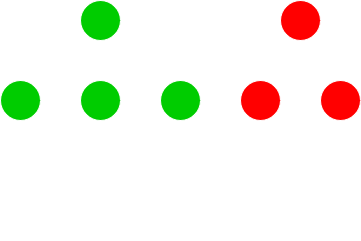
butterplup/Task-Scheduler keeps this draw.io diagram as docs/Wiki/Parallelisation/diagrams/rendered/graph.png. Above is the earlier version. Source tidied: cells renumbered, new cells last; positions are measured from the earlier drawing's top-left corner, leaving out a move shared by most shapes.
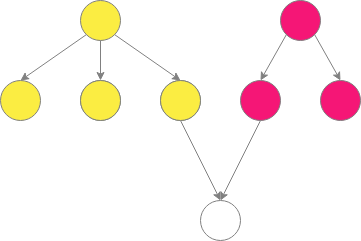
Above is the later version.

What changed in the source:
```diff
@@ -2,52 +2,58 @@
   <root>
     <mxCell id="0" />
     <mxCell id="1" parent="0" />
-    <mxCell id="2" style="ellipse;whiteSpace=wrap;html=1;fillColor=#00CC00;strokeColor=#FFFFFF;" parent="1" vertex="1">
+    <mxCell id="2" style="ellipse;whiteSpace=wrap;html=1;fillColor=#fbed42;strokeColor=#808080;" parent="1" vertex="1">
       <mxGeometry x="80" width="40" height="40" as="geometry" />
     </mxCell>
-    <mxCell id="3" style="ellipse;whiteSpace=wrap;html=1;fillColor=#FF0000;strokeColor=#FFFFFF;" parent="1" vertex="1">
+    <mxCell id="3" style="ellipse;whiteSpace=wrap;html=1;fillColor=#f51676;strokeColor=#808080;" parent="1" vertex="1">
       <mxGeometry x="280" width="40" height="40" as="geometry" />
     </mxCell>
-    <mxCell id="4" style="ellipse;whiteSpace=wrap;html=1;fillColor=#00CC00;strokeColor=#FFFFFF;" parent="1" vertex="1">
+    <mxCell id="4" style="ellipse;whiteSpace=wrap;html=1;fillColor=#fbed42;strokeColor=#808080;" parent="1" vertex="1">
       <mxGeometry y="80" width="40" height="40" as="geometry" />
     </mxCell>
-    <mxCell id="5" style="endArrow=classic;html=1;exitX=0;exitY=1;exitDx=0;exitDy=0;entryX=0.5;entryY=0;entryDx=0;entryDy=0;strokeColor=#FFFFFF;" parent="1" edge="1" source="2" target="4">
+    <mxCell id="5" style="endArrow=classic;html=1;exitX=0;exitY=1;exitDx=0;exitDy=0;entryX=0.5;entryY=0;entryDx=0;entryDy=0;strokeColor=#808080;" parent="1" edge="1" source="2" target="4">
       <mxGeometry relative="1" as="geometry" />
     </mxCell>
-    <mxCell id="6" style="ellipse;whiteSpace=wrap;html=1;fillColor=#00CC00;strokeColor=#FFFFFF;" parent="1" vertex="1">
+    <mxCell id="6" style="ellipse;whiteSpace=wrap;html=1;fillColor=#00CC00;strokeColor=#808080;" parent="1" vertex="1">
       <mxGeometry x="80" y="80" width="40" height="40" as="geometry" />
     </mxCell>
-    <mxCell id="7" style="ellipse;whiteSpace=wrap;html=1;fillColor=#00CC00;strokeColor=#FFFFFF;" parent="1" vertex="1">
+    <mxCell id="7" style="ellipse;whiteSpace=wrap;html=1;fillColor=#00CC00;strokeColor=#808080;" parent="1" vertex="1">
       <mxGeometry x="160" y="80" width="40" height="40" as="geometry" />
     </mxCell>
-    <mxCell id="8" style="endArrow=classic;html=1;exitX=0.5;exitY=1;exitDx=0;exitDy=0;entryX=0.5;entryY=0;entryDx=0;entryDy=0;strokeColor=#FFFFFF;" parent="1" edge="1" source="2" target="6">
+    <mxCell id="8" style="endArrow=classic;html=1;exitX=0.5;exitY=1;exitDx=0;exitDy=0;entryX=0.5;entryY=0;entryDx=0;entryDy=0;strokeColor=#808080;" parent="1" edge="1" source="2" target="6">
       <mxGeometry relative="1" as="geometry" />
     </mxCell>
-    <mxCell id="9" style="endArrow=classic;html=1;exitX=1;exitY=1;exitDx=0;exitDy=0;entryX=0.5;entryY=0;entryDx=0;entryDy=0;strokeColor=#FFFFFF;" parent="1" edge="1" source="2" target="7">
+    <mxCell id="9" style="endArrow=classic;html=1;exitX=1;exitY=1;exitDx=0;exitDy=0;entryX=0.5;entryY=0;entryDx=0;entryDy=0;strokeColor=#808080;" parent="1" edge="1" source="2" target="7">
       <mxGeometry relative="1" as="geometry" />
     </mxCell>
-    <mxCell id="10" style="ellipse;whiteSpace=wrap;html=1;fillColor=#FF0000;strokeColor=#FFFFFF;" parent="1" vertex="1">
+    <mxCell id="10" style="ellipse;whiteSpace=wrap;html=1;fillColor=#f51676;strokeColor=#808080;" parent="1" vertex="1">
       <mxGeometry x="240" y="80" width="40" height="40" as="geometry" />
     </mxCell>
-    <mxCell id="11" style="ellipse;whiteSpace=wrap;html=1;fillColor=#FF0000;strokeColor=#FFFFFF;" parent="1" vertex="1">
+    <mxCell id="11" style="ellipse;whiteSpace=wrap;html=1;fillColor=#f51676;strokeColor=#808080;" parent="1" vertex="1">
       <mxGeometry x="320" y="80" width="40" height="40" as="geometry" />
     </mxCell>
-    <mxCell id="12" style="endArrow=classic;html=1;exitX=0;exitY=1;exitDx=0;exitDy=0;entryX=0.5;entryY=0;entryDx=0;entryDy=0;strokeColor=#FFFFFF;" parent="1" edge="1" source="3" target="10">
+    <mxCell id="12" style="endArrow=classic;html=1;exitX=0;exitY=1;exitDx=0;exitDy=0;entryX=0.5;entryY=0;entryDx=0;entryDy=0;strokeColor=#808080;" parent="1" edge="1" source="3" target="10">
       <mxGeometry relative="1" as="geometry" />
     </mxCell>
-    <mxCell id="13" style="endArrow=classic;html=1;exitX=1;exitY=1;exitDx=0;exitDy=0;entryX=0.5;entryY=0;entryDx=0;entryDy=0;strokeColor=#FFFFFF;" parent="1" edge="1" source="3" target="11">
+    <mxCell id="13" style="endArrow=classic;html=1;exitX=1;exitY=1;exitDx=0;exitDy=0;entryX=0.5;entryY=0;entryDx=0;entryDy=0;strokeColor=#808080;" parent="1" edge="1" source="3" target="11">
       <mxGeometry relative="1" as="geometry" />
     </mxCell>
-    <mxCell id="14" style="ellipse;whiteSpace=wrap;html=1;fillColor=none;strokeColor=#FFFFFF;" parent="1" vertex="1">
+    <mxCell id="14" style="ellipse;whiteSpace=wrap;html=1;fillColor=none;strokeColor=#808080;" parent="1" vertex="1">
       <mxGeometry x="200" y="200" width="40" height="40" as="geometry" />
     </mxCell>
-    <mxCell id="15" style="endArrow=classic;html=1;exitX=0.5;exitY=1;exitDx=0;exitDy=0;entryX=0.5;entryY=0;entryDx=0;entryDy=0;strokeColor=#FFFFFF;" parent="1" edge="1" source="7" target="14">
+    <mxCell id="15" style="endArrow=classic;html=1;exitX=0.5;exitY=1;exitDx=0;exitDy=0;entryX=0.5;entryY=0;entryDx=0;entryDy=0;strokeColor=#808080;" parent="1" edge="1" source="7" target="14">
       <mxGeometry relative="1" as="geometry" />
     </mxCell>
-    <mxCell id="16" style="endArrow=classic;html=1;exitX=0.5;exitY=1;exitDx=0;exitDy=0;strokeColor=#FFFFFF;" parent="1" edge="1" source="10">
+    <mxCell id="16" style="endArrow=classic;html=1;exitX=0.5;exitY=1;exitDx=0;exitDy=0;strokeColor=#808080;" parent="1" edge="1" source="10">
       <mxGeometry relative="1" as="geometry">
         <mxPoint x="220" y="200" as="targetPoint" />
       </mxGeometry>
     </mxCell>
+    <mxCell id="17" style="ellipse;whiteSpace=wrap;html=1;fillColor=#fbed42;strokeColor=#808080;" parent="1" vertex="1">
+      <mxGeometry x="160" y="80" width="40" height="40" as="geometry" />
+    </mxCell>
+    <mxCell id="18" style="ellipse;whiteSpace=wrap;html=1;fillColor=#fbed42;strokeColor=#808080;" parent="1" vertex="1">
+      <mxGeometry x="80" y="80" width="40" height="40" as="geometry" />
+    </mxCell>
   </root>
 </mxGraphModel>
```
